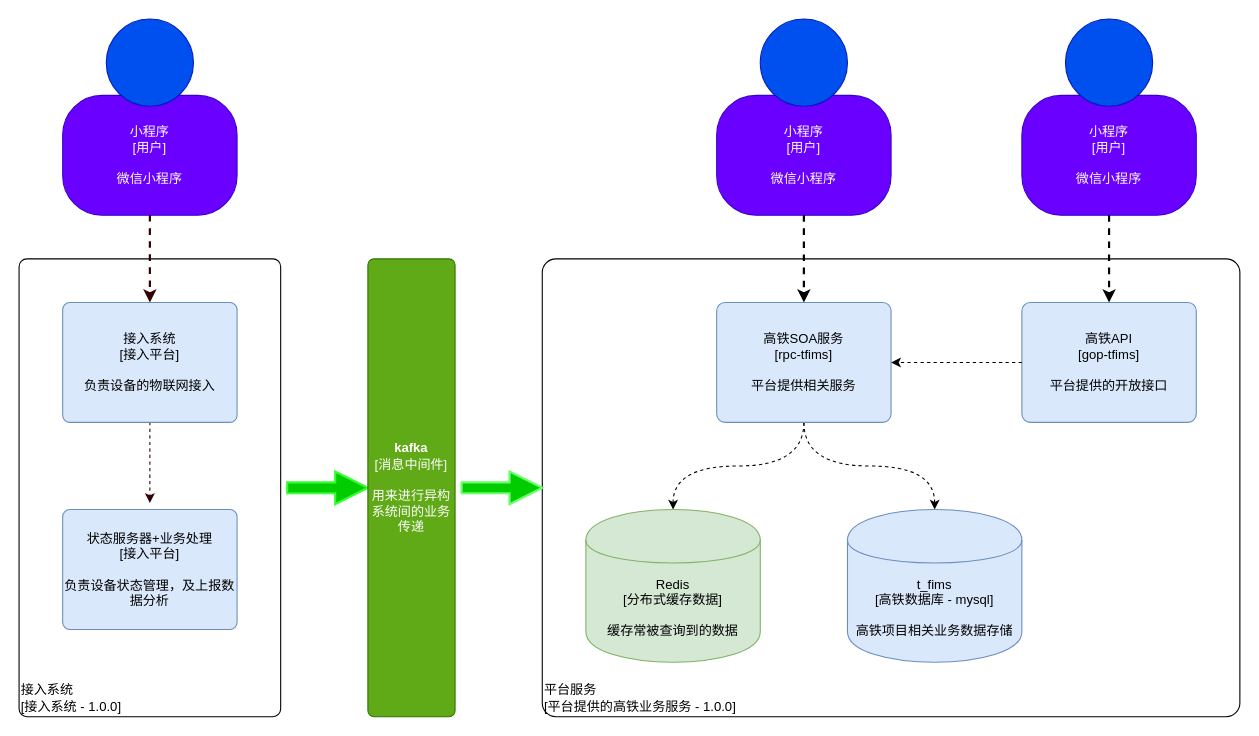
This is 高铁.drawio from foutouren/glsx-drawio, a draw.io file, before an edit. Source tidied: cells renumbered, new cells numbered last; positions are measured from the earlier drawing's top-left corner, leaving out a move shared by most shapes. Both pictures are drawn from the tidied source at 109%, with x=0, y=0 at pixel (19, 19).
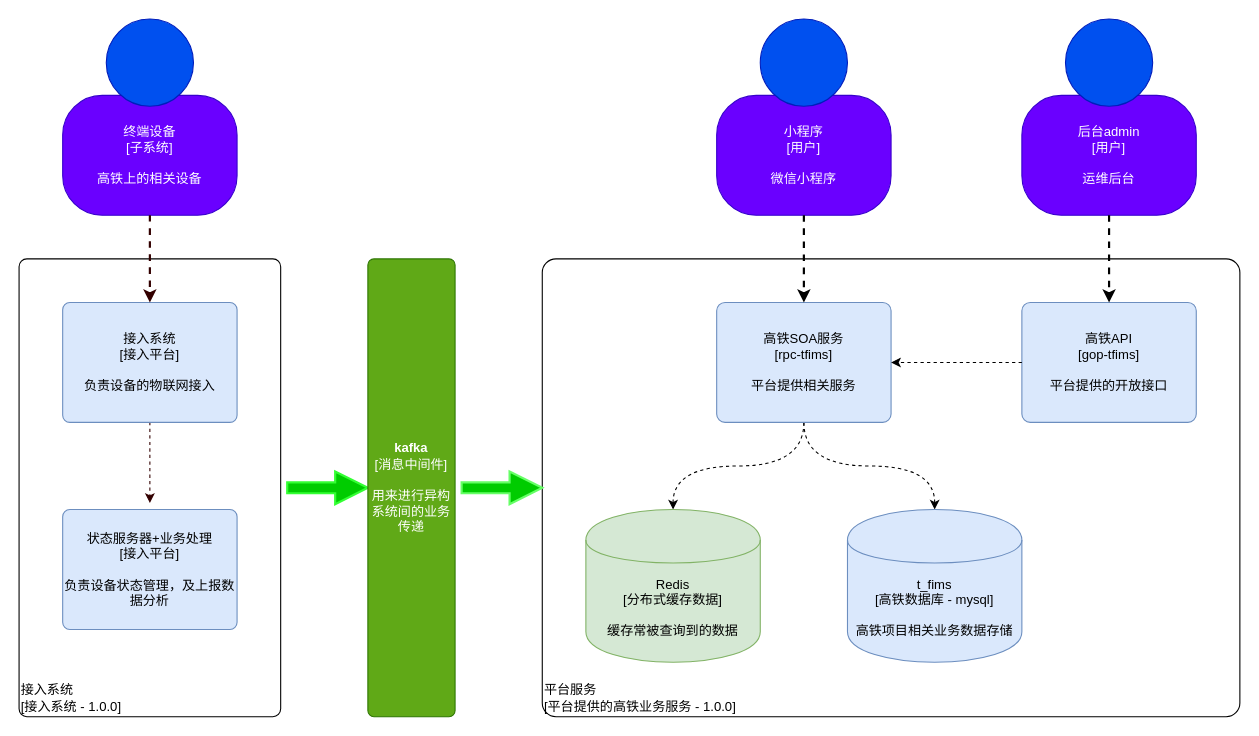
After the change.

The change refers to these unchanged cells:
```xml
<mxCell id="7" style="group;rounded=0;labelBackgroundColor=none;fillColor=none;fontColor=#000000;align=center;html=1;" parent="1" vertex="1">
  <mxGeometry x="920" width="160" height="180" as="geometry" />
</mxCell>
<mxCell id="22" style="group;rounded=0;labelBackgroundColor=none;fillColor=none;fontColor=#000000;align=center;html=1;" parent="1" vertex="1">
  <mxGeometry x="40" width="160" height="180" as="geometry" />
</mxCell>
```

The edit, as a diff of the source:
```diff
@@
-    <mxCell id="8" value="小程序&lt;div&gt;[用户]&lt;/div&gt;&lt;div&gt;&lt;br&gt;&lt;/div&gt;&lt;div&gt;微信小程序&lt;br&gt;&lt;/div&gt;" style="rounded=1;whiteSpace=wrap;html=1;labelBackgroundColor=none;fillColor=#6a00ff;fontColor=#ffffff;align=center;arcSize=33;strokeColor=#3700CC;" parent="7" vertex="1">
+    <mxCell id="8" value="后台admin&lt;br&gt;&lt;div&gt;[用户]&lt;/div&gt;&lt;div&gt;&lt;br&gt;&lt;/div&gt;&lt;div&gt;运维后台&lt;br&gt;&lt;/div&gt;" style="rounded=1;whiteSpace=wrap;html=1;labelBackgroundColor=none;fillColor=#6a00ff;fontColor=#ffffff;align=center;arcSize=33;strokeColor=#3700CC;" parent="7" vertex="1">
       <mxGeometry y="70" width="160" height="110" as="geometry" />
     </mxCell>
@@
-    <mxCell id="23" value="小程序&lt;div&gt;[用户]&lt;/div&gt;&lt;div&gt;&lt;br&gt;&lt;/div&gt;&lt;div&gt;微信小程序&lt;br&gt;&lt;/div&gt;" style="rounded=1;whiteSpace=wrap;html=1;labelBackgroundColor=none;fillColor=#6a00ff;fontColor=#ffffff;align=center;arcSize=33;strokeColor=#3700CC;" parent="22" vertex="1">
+    <mxCell id="23" value="终端设备&lt;br&gt;&lt;div&gt;[子系统]&lt;/div&gt;&lt;div&gt;&lt;br&gt;&lt;/div&gt;&lt;div&gt;高铁上的相关设备&lt;br&gt;&lt;/div&gt;" style="rounded=1;whiteSpace=wrap;html=1;labelBackgroundColor=none;fillColor=#6a00ff;fontColor=#ffffff;align=center;arcSize=33;strokeColor=#3700CC;" parent="22" vertex="1">
       <mxGeometry y="70" width="160" height="110" as="geometry" />
     </mxCell>
```
